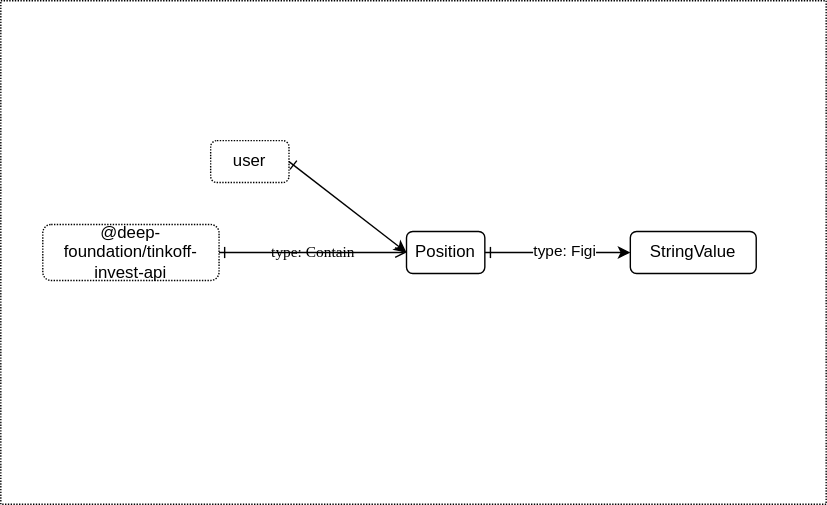
suenot/deep-tinkoff-invest-api keeps this draw.io diagram as drawio/Position.drawio.svg. Above is the earlier version. Source tidied: cells renumbered, new cells last; positions are measured from the earlier drawing's top-left corner, leaving out a move shared by most shapes. Its diagram source:
```xml
<mxGraphModel>
  <root>
    <mxCell id="0" />
    <mxCell id="1" parent="0" />
    <mxCell id="2" style="whiteSpace=wrap;html=1;dashed=1;dashPattern=1 1;" parent="1" vertex="1">
      <mxGeometry width="590" height="360" as="geometry" />
    </mxCell>
    <mxCell id="3" style="edgeStyle=none;html=1;exitX=1;exitY=0.5;exitDx=0;exitDy=0;startArrow=ERone;startFill=0;" parent="1" edge="1" source="4">
      <mxGeometry relative="1" as="geometry">
        <mxPoint x="290" y="180" as="targetPoint" />
      </mxGeometry>
    </mxCell>
    <mxCell id="4" value="user" style="rounded=1;whiteSpace=wrap;html=1;labelBackgroundColor=none;dashed=1;dashPattern=1 1;" parent="1" vertex="1">
      <mxGeometry x="150" y="100" width="56" height="30" as="geometry" />
    </mxCell>
    <mxCell id="5" style="edgeStyle=none;html=1;exitX=1;exitY=0.5;exitDx=0;exitDy=0;entryX=0;entryY=0.5;entryDx=0;entryDy=0;startArrow=ERone;startFill=0;" parent="1" edge="1" source="7" target="8">
      <mxGeometry relative="1" as="geometry" />
    </mxCell>
    <mxCell id="6" value="type: Figi" style="edgeLabel;html=1;align=center;verticalAlign=middle;" parent="5" vertex="1">
      <mxGeometry x="0.08" y="2" relative="1" as="geometry" />
    </mxCell>
    <mxCell id="7" value="Position" style="rounded=1;whiteSpace=wrap;html=1;labelBackgroundColor=none;" parent="1" vertex="1">
      <mxGeometry x="290" y="165" width="56" height="30" as="geometry" />
    </mxCell>
    <mxCell id="8" value="StringValue" style="rounded=1;whiteSpace=wrap;html=1;labelBackgroundColor=none;" parent="1" vertex="1">
      <mxGeometry x="450" y="165" width="90" height="30" as="geometry" />
    </mxCell>
    <mxCell id="9" value="@deep-foundation/tinkoff-invest-api" style="rounded=1;whiteSpace=wrap;html=1;labelBackgroundColor=none;dashed=1;dashPattern=1 1;" parent="1" vertex="1">
      <mxGeometry x="30" y="160" width="126" height="40" as="geometry" />
    </mxCell>
    <mxCell id="10" value="type: Contain&lt;br&gt;" style="jettySize=auto;html=1;shadow=0;labelBackgroundColor=none;startArrow=ERone;startFill=0;endArrow=open;endFill=0;fontColor=#000000;fontFamily=Comic Sans MS;entryX=0;entryY=0.5;entryDx=0;entryDy=0;exitX=1;exitY=0.5;exitDx=0;exitDy=0;" parent="1" edge="1" source="9" target="7">
      <mxGeometry relative="1" as="geometry" />
    </mxCell>
  </root>
</mxGraphModel>
```
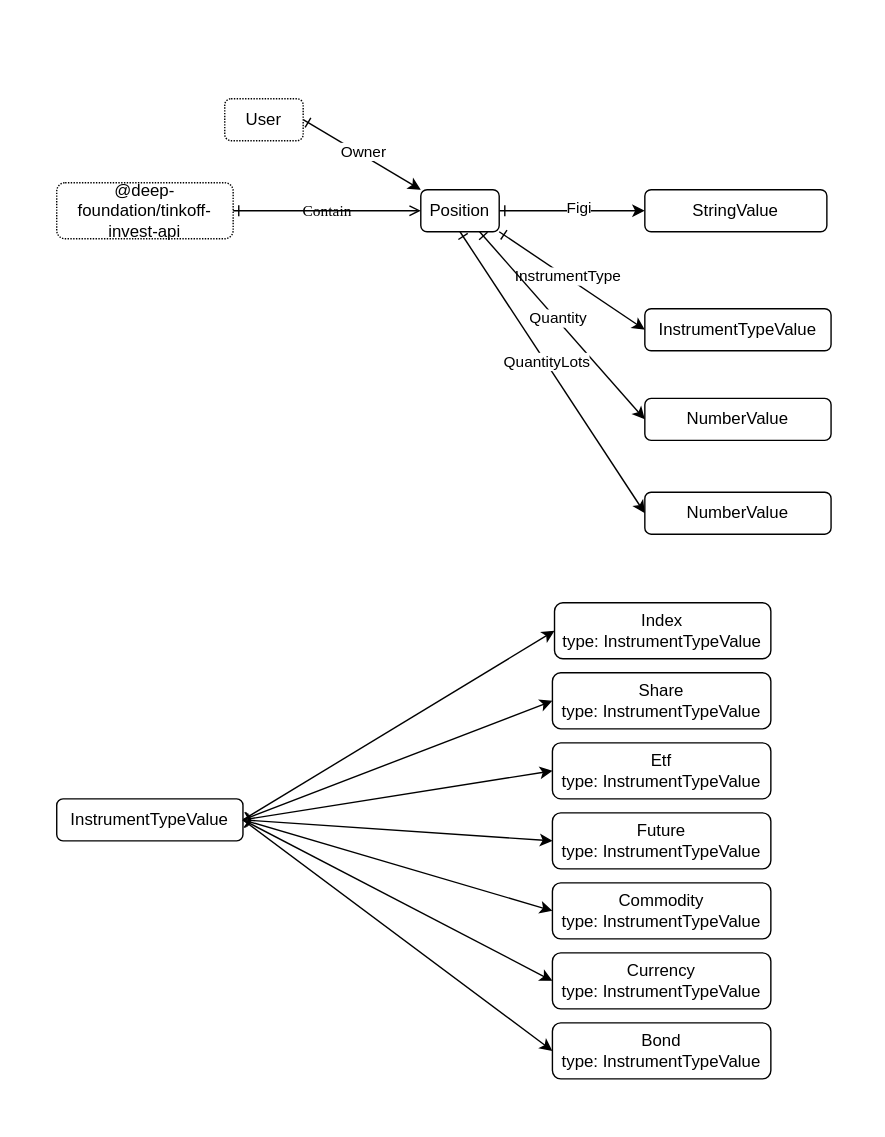
Above is the later version.

The edit, as a diff of the source:
```diff
@@ -2,34 +2,107 @@
   <root>
     <mxCell id="0" />
     <mxCell id="1" parent="0" />
-    <mxCell id="2" style="whiteSpace=wrap;html=1;dashed=1;dashPattern=1 1;" parent="1" vertex="1">
-      <mxGeometry width="590" height="360" as="geometry" />
-    </mxCell>
+    <mxCell id="11" style="rounded=0;whiteSpace=wrap;html=1;dashed=1;dashPattern=1 1;strokeColor=none;" parent="1" vertex="1">
+      <mxGeometry x="-10" y="30" width="630" height="810" as="geometry" />
+    </mxCell>
-    <mxCell id="3" style="edgeStyle=none;html=1;exitX=1;exitY=0.5;exitDx=0;exitDy=0;startArrow=ERone;startFill=0;" parent="1" edge="1" source="4">
-      <mxGeometry relative="1" as="geometry">
-        <mxPoint x="290" y="180" as="targetPoint" />
-      </mxGeometry>
+    <mxCell id="3" style="edgeStyle=none;html=1;exitX=1;exitY=0.5;exitDx=0;exitDy=0;startArrow=ERone;startFill=0;entryX=0;entryY=0;entryDx=0;entryDy=0;" parent="1" edge="1" source="4" target="7">
+      <mxGeometry relative="1" as="geometry" />
     </mxCell>
+    <mxCell id="12" value="Owner" style="edgeLabel;html=1;align=center;verticalAlign=middle;" parent="3" vertex="1">
+      <mxGeometry x="-0.01" y="2" relative="1" as="geometry" />
+    </mxCell>
-    <mxCell id="4" value="user" style="rounded=1;whiteSpace=wrap;html=1;labelBackgroundColor=none;dashed=1;dashPattern=1 1;" parent="1" vertex="1">
+    <mxCell id="4" value="User" style="rounded=1;whiteSpace=wrap;html=1;labelBackgroundColor=none;dashed=1;dashPattern=1 1;" parent="1" vertex="1">
       <mxGeometry x="150" y="100" width="56" height="30" as="geometry" />
     </mxCell>
     <mxCell id="5" style="edgeStyle=none;html=1;exitX=1;exitY=0.5;exitDx=0;exitDy=0;entryX=0;entryY=0.5;entryDx=0;entryDy=0;startArrow=ERone;startFill=0;" parent="1" edge="1" source="7" target="8">
       <mxGeometry relative="1" as="geometry" />
     </mxCell>
-    <mxCell id="6" value="type: Figi" style="edgeLabel;html=1;align=center;verticalAlign=middle;" parent="5" vertex="1">
+    <mxCell id="6" value="Figi" style="edgeLabel;html=1;align=center;verticalAlign=middle;" parent="5" vertex="1">
       <mxGeometry x="0.08" y="2" relative="1" as="geometry" />
     </mxCell>
     <mxCell id="7" value="Position" style="rounded=1;whiteSpace=wrap;html=1;labelBackgroundColor=none;" parent="1" vertex="1">
       <mxGeometry x="290" y="165" width="56" height="30" as="geometry" />
     </mxCell>
     <mxCell id="8" value="StringValue" style="rounded=1;whiteSpace=wrap;html=1;labelBackgroundColor=none;" parent="1" vertex="1">
-      <mxGeometry x="450" y="165" width="90" height="30" as="geometry" />
+      <mxGeometry x="450" y="165" width="130" height="30" as="geometry" />
     </mxCell>
     <mxCell id="9" value="@deep-foundation/tinkoff-invest-api" style="rounded=1;whiteSpace=wrap;html=1;labelBackgroundColor=none;dashed=1;dashPattern=1 1;" parent="1" vertex="1">
       <mxGeometry x="30" y="160" width="126" height="40" as="geometry" />
     </mxCell>
-    <mxCell id="10" value="type: Contain&lt;br&gt;" style="jettySize=auto;html=1;shadow=0;labelBackgroundColor=none;startArrow=ERone;startFill=0;endArrow=open;endFill=0;fontColor=#000000;fontFamily=Comic Sans MS;entryX=0;entryY=0.5;entryDx=0;entryDy=0;exitX=1;exitY=0.5;exitDx=0;exitDy=0;" parent="1" edge="1" source="9" target="7">
+    <mxCell id="10" value="Contain" style="jettySize=auto;html=1;shadow=0;labelBackgroundColor=none;startArrow=ERone;startFill=0;endArrow=open;endFill=0;fontColor=#000000;fontFamily=Comic Sans MS;entryX=0;entryY=0.5;entryDx=0;entryDy=0;exitX=1;exitY=0.5;exitDx=0;exitDy=0;" parent="1" edge="1" source="9" target="7">
       <mxGeometry relative="1" as="geometry" />
     </mxCell>
+    <mxCell id="13" style="edgeStyle=none;html=1;exitX=1;exitY=0.5;exitDx=0;exitDy=0;entryX=0;entryY=0.5;entryDx=0;entryDy=0;startArrow=ERone;startFill=0;" parent="1" edge="1" source="15" target="20">
+      <mxGeometry relative="1" as="geometry" />
+    </mxCell>
+    <mxCell id="14" style="edgeStyle=none;html=1;exitX=1;exitY=0.5;exitDx=0;exitDy=0;startArrow=ERone;startFill=0;entryX=0;entryY=0.5;entryDx=0;entryDy=0;" parent="1" edge="1" source="15" target="16">
+      <mxGeometry relative="1" as="geometry" />
+    </mxCell>
+    <mxCell id="15" value="InstrumentTypeValue" style="rounded=1;whiteSpace=wrap;html=1;labelBackgroundColor=none;" parent="1" vertex="1">
+      <mxGeometry x="30" y="600" width="133" height="30" as="geometry" />
+    </mxCell>
+    <mxCell id="16" value="Share&lt;br&gt;type: InstrumentTypeValue" style="rounded=1;whiteSpace=wrap;html=1;labelBackgroundColor=none;" parent="1" vertex="1">
+      <mxGeometry x="384" y="510" width="156" height="40" as="geometry" />
+    </mxCell>
+    <mxCell id="17" value="Etf&lt;br&gt;type: InstrumentTypeValue" style="rounded=1;whiteSpace=wrap;html=1;labelBackgroundColor=none;" parent="1" vertex="1">
+      <mxGeometry x="384" y="560" width="156" height="40" as="geometry" />
+    </mxCell>
+    <mxCell id="18" value="Future&lt;br&gt;type: InstrumentTypeValue" style="rounded=1;whiteSpace=wrap;html=1;labelBackgroundColor=none;" parent="1" vertex="1">
+      <mxGeometry x="384" y="610" width="156" height="40" as="geometry" />
+    </mxCell>
+    <mxCell id="19" value="Commodity&lt;br&gt;type: InstrumentTypeValue" style="rounded=1;whiteSpace=wrap;html=1;labelBackgroundColor=none;" parent="1" vertex="1">
+      <mxGeometry x="384" y="660" width="156" height="40" as="geometry" />
+    </mxCell>
+    <mxCell id="20" value="Index&lt;br&gt;type: InstrumentTypeValue" style="rounded=1;whiteSpace=wrap;html=1;labelBackgroundColor=none;" parent="1" vertex="1">
+      <mxGeometry x="385.5" y="460" width="154.5" height="40" as="geometry" />
+    </mxCell>
+    <mxCell id="21" value="Currency&lt;br&gt;type: InstrumentTypeValue" style="rounded=1;whiteSpace=wrap;html=1;labelBackgroundColor=none;" parent="1" vertex="1">
+      <mxGeometry x="384" y="710" width="156" height="40" as="geometry" />
+    </mxCell>
+    <mxCell id="22" value="Bond&lt;br&gt;type: InstrumentTypeValue" style="rounded=1;whiteSpace=wrap;html=1;labelBackgroundColor=none;" parent="1" vertex="1">
+      <mxGeometry x="384" y="760" width="156" height="40" as="geometry" />
+    </mxCell>
+    <mxCell id="23" style="edgeStyle=none;html=1;exitX=1;exitY=0.5;exitDx=0;exitDy=0;startArrow=ERone;startFill=0;entryX=0;entryY=0.5;entryDx=0;entryDy=0;" parent="1" edge="1" source="15" target="17">
+      <mxGeometry relative="1" as="geometry" />
+    </mxCell>
+    <mxCell id="24" style="edgeStyle=none;html=1;exitX=1;exitY=0.5;exitDx=0;exitDy=0;startArrow=ERone;startFill=0;entryX=0;entryY=0.5;entryDx=0;entryDy=0;" parent="1" edge="1" source="15" target="18">
+      <mxGeometry relative="1" as="geometry" />
+    </mxCell>
+    <mxCell id="25" style="edgeStyle=none;html=1;startArrow=ERone;startFill=0;exitX=1;exitY=0.5;exitDx=0;exitDy=0;entryX=0;entryY=0.5;entryDx=0;entryDy=0;" parent="1" edge="1" source="15" target="19">
+      <mxGeometry relative="1" as="geometry" />
+    </mxCell>
+    <mxCell id="26" style="edgeStyle=none;html=1;exitX=1;exitY=0.5;exitDx=0;exitDy=0;startArrow=ERone;startFill=0;entryX=0;entryY=0.5;entryDx=0;entryDy=0;" parent="1" edge="1" source="15" target="21">
+      <mxGeometry relative="1" as="geometry" />
+    </mxCell>
+    <mxCell id="27" style="edgeStyle=none;html=1;startArrow=ERone;startFill=0;exitX=1;exitY=0.5;exitDx=0;exitDy=0;entryX=0;entryY=0.5;entryDx=0;entryDy=0;" parent="1" edge="1" source="15" target="22">
+      <mxGeometry relative="1" as="geometry" />
+    </mxCell>
+    <mxCell id="28" style="edgeStyle=none;html=1;exitX=1;exitY=1;exitDx=0;exitDy=0;startArrow=ERone;startFill=0;entryX=0;entryY=0.5;entryDx=0;entryDy=0;" parent="1" edge="1" source="7" target="30">
+      <mxGeometry relative="1" as="geometry" />
+    </mxCell>
+    <mxCell id="29" value="InstrumentType" style="edgeLabel;html=1;align=center;verticalAlign=middle;" parent="28" vertex="1">
+      <mxGeometry x="-0.07" y="1" relative="1" as="geometry" />
+    </mxCell>
+    <mxCell id="30" value="InstrumentTypeValue" style="rounded=1;whiteSpace=wrap;html=1;labelBackgroundColor=none;" parent="1" vertex="1">
+      <mxGeometry x="450" y="250" width="133" height="30" as="geometry" />
+    </mxCell>
+    <mxCell id="31" value="NumberValue" style="rounded=1;whiteSpace=wrap;html=1;labelBackgroundColor=none;" parent="1" vertex="1">
+      <mxGeometry x="450" y="314" width="133" height="30" as="geometry" />
+    </mxCell>
+    <mxCell id="32" style="edgeStyle=none;html=1;exitX=0.75;exitY=1;exitDx=0;exitDy=0;startArrow=ERone;startFill=0;entryX=0;entryY=0.5;entryDx=0;entryDy=0;" parent="1" edge="1" source="7" target="31">
+      <mxGeometry relative="1" as="geometry" />
+    </mxCell>
+    <mxCell id="33" value="Quantity" style="edgeLabel;html=1;align=center;verticalAlign=middle;" parent="32" vertex="1">
+      <mxGeometry x="-0.07" y="1" relative="1" as="geometry" />
+    </mxCell>
+    <mxCell id="34" value="NumberValue" style="rounded=1;whiteSpace=wrap;html=1;labelBackgroundColor=none;" parent="1" vertex="1">
+      <mxGeometry x="450" y="381" width="133" height="30" as="geometry" />
+    </mxCell>
+    <mxCell id="35" style="edgeStyle=none;html=1;exitX=0.5;exitY=1;exitDx=0;exitDy=0;startArrow=ERone;startFill=0;entryX=0;entryY=0.5;entryDx=0;entryDy=0;" parent="1" edge="1" source="7" target="34">
+      <mxGeometry relative="1" as="geometry" />
+    </mxCell>
+    <mxCell id="36" value="QuantityLots" style="edgeLabel;html=1;align=center;verticalAlign=middle;" parent="35" vertex="1">
+      <mxGeometry x="-0.07" y="1" relative="1" as="geometry" />
+    </mxCell>
   </root>
 </mxGraphModel>
```
